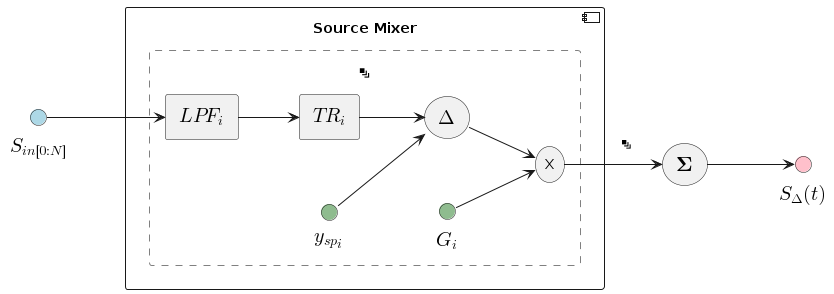
Above: afm_spm_components/images/source_mixer.png in nsulmol/documentation (PlantUML), before the change.
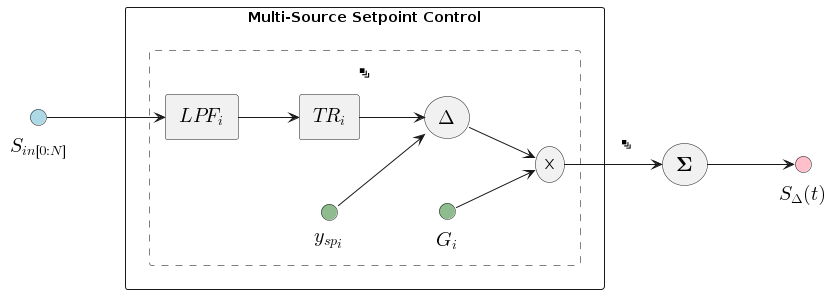
The same file after the commit.

What changed in the source:
```diff
@@ -3,9 +3,9 @@
  left to right direction
 
  !startsub component
- interface "<latex>S_{in[0:N]}</latex>" <<input>> as y_ts
+ interface "<latex>S_{in[0:N]}</latex>" <<input>> as s_in
 
- component "Source Mixer" as source_mixer {
+ component "Multi-Source Setpoint Control" as source_mixer {
    rectangle "\n<&layers>" as single_source_block #line:grey;line.dashed {
      rectangle "<latex>LPF_i</latex>" as lpf
      rectangle "<latex>TR_i</latex>" as tr
@@ -22,7 +22,7 @@
    }
  }
 
- y_ts --> lpf
+ s_in --> lpf
 
  storage "<latex>\textbf{\Sigma}</latex>" as sum
  interface "<latex>S_{\Delta}(t)</latex>" <<output>> as s_del
```
